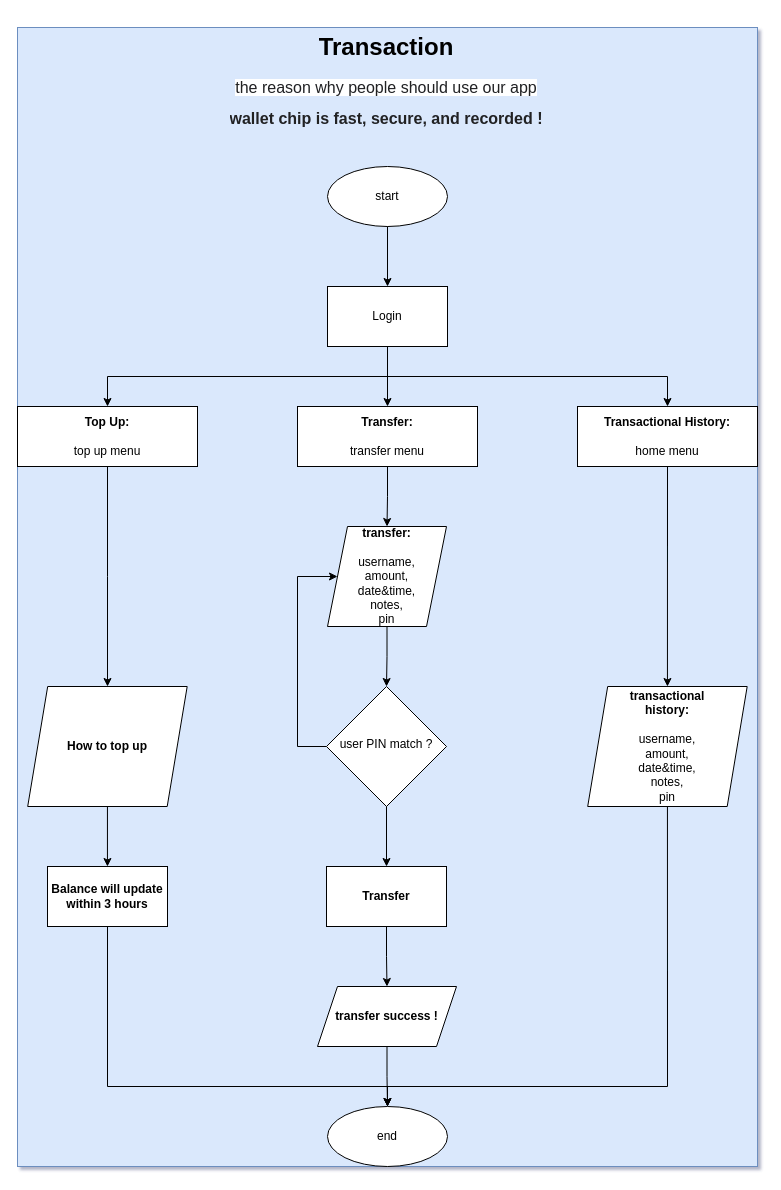
budimanindra/walletchip-backend keeps this draw.io diagram as page "Transaction" (2 of 3) of Walletchip.drawio. Above is the earlier version. Source tidied: cells renumbered, new cells numbered last; positions are measured from the earlier drawing's top-left corner, leaving out a move shared by most shapes. Both pictures are drawn from the tidied source at 100%, with x=0, y=0 at pixel (17, 27).
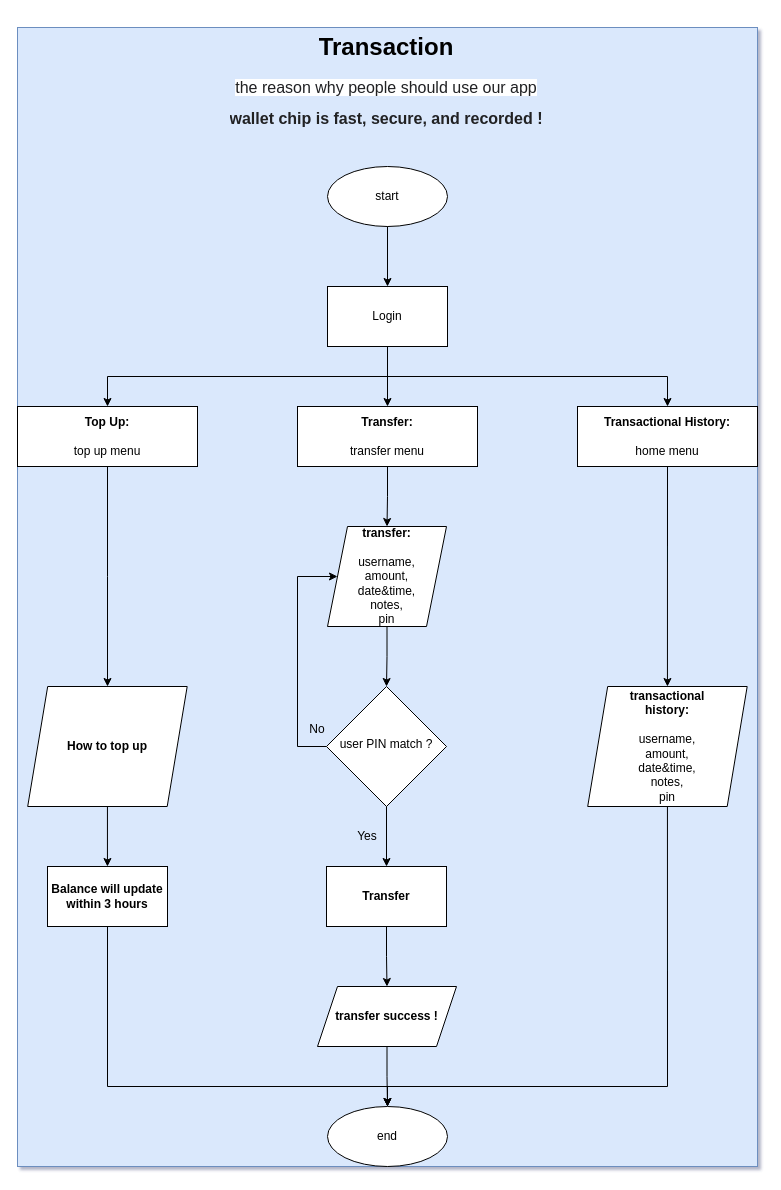
Above is the later version.

Unchanged cells that the change refers to:
```xml
<mxCell id="2" style="group;fillColor=#dae8fc;strokeColor=#6c8ebf;" parent="1" vertex="1">
  <mxGeometry width="740" height="1139" as="geometry" />
</mxCell>
```

Change to the diagram source:
```diff
@@
+    <mxCell id="32" value="Yes" style="text;html=1;strokeColor=none;fillColor=none;align=center;verticalAlign=middle;whiteSpace=wrap;rounded=0;" parent="2" vertex="1">
+      <mxGeometry x="330" y="799" width="40" height="20" as="geometry" />
+    </mxCell>
+    <mxCell id="33" value="No" style="text;html=1;strokeColor=none;fillColor=none;align=center;verticalAlign=middle;whiteSpace=wrap;rounded=0;" parent="2" vertex="1">
+      <mxGeometry x="280" y="692" width="40" height="20" as="geometry" />
+    </mxCell>
```
